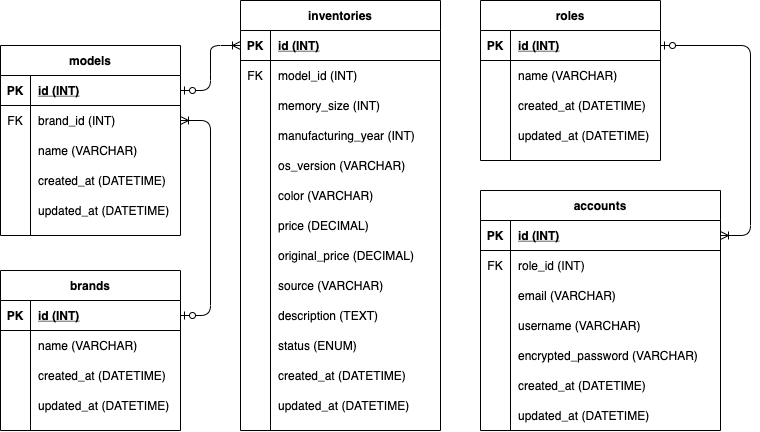
ysoseriouz/phone_shop keeps this draw.io diagram as docs/phone_shop_DB.png. Above is the earlier version. Source tidied: cells renumbered, new cells last; positions are measured from the earlier drawing's top-left corner, leaving out a move shared by most shapes.
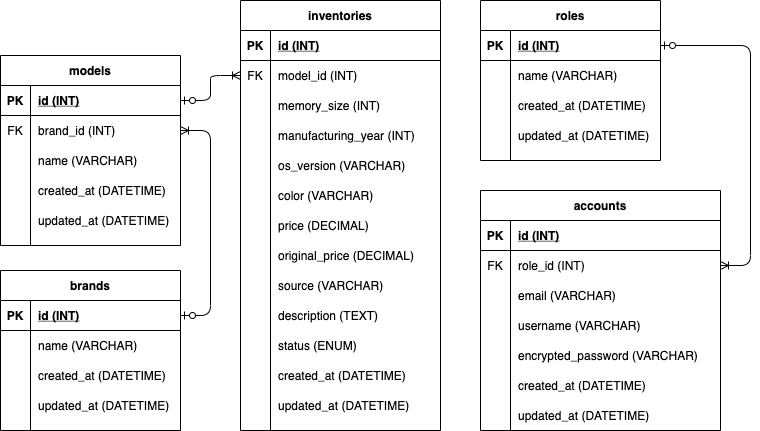
Later version of the same file.

Commit message:
Fix small mistake in ERD relational arrows

What changed in the source:
```diff
@@ -201,7 +201,7 @@
       <mxGeometry x="30" width="170" height="30" as="geometry" />
     </mxCell>
     <mxCell id="68" value="models" style="shape=table;startSize=30;rowLines=0;fontStyle=1;align=center;" parent="1" vertex="1">
-      <mxGeometry y="45" width="180" height="190" as="geometry" />
+      <mxGeometry y="55" width="180" height="190" as="geometry" />
     </mxCell>
     <mxCell id="69" style="shape=partialRectangle;fillColor=none;top=0;left=0;bottom=1;right=0;points=[[0,0.5],[1,0.5]];portConstraint=eastwest;" parent="68" vertex="1">
       <mxGeometry y="30" width="180" height="30" as="geometry" />
@@ -317,10 +317,10 @@
     <mxCell id="106" style="edgeStyle=entityRelationEdgeStyle;fontSize=12;html=1;endArrow=ERoneToMany;startArrow=ERzeroToOne;entryX=1;entryY=0.5;entryDx=0;entryDy=0;exitX=1;exitY=0.5;exitDx=0;exitDy=0;" parent="1" edge="1" source="16" target="72">
       <mxGeometry relative="1" as="geometry" />
     </mxCell>
-    <mxCell id="107" style="edgeStyle=entityRelationEdgeStyle;fontSize=12;html=1;endArrow=ERoneToMany;startArrow=ERzeroToOne;" parent="1" edge="1" source="69" target="29">
+    <mxCell id="107" style="edgeStyle=entityRelationEdgeStyle;fontSize=12;html=1;endArrow=ERoneToMany;startArrow=ERzeroToOne;" parent="1" edge="1" source="69" target="32">
       <mxGeometry relative="1" as="geometry" />
     </mxCell>
-    <mxCell id="108" style="edgeStyle=entityRelationEdgeStyle;fontSize=12;html=1;endArrow=ERoneToMany;startArrow=ERzeroToOne;" parent="1" edge="1" source="3" target="85">
+    <mxCell id="108" style="edgeStyle=entityRelationEdgeStyle;fontSize=12;html=1;endArrow=ERoneToMany;startArrow=ERzeroToOne;" parent="1" edge="1" source="3" target="88">
       <mxGeometry relative="1" as="geometry" />
     </mxCell>
   </root>
```
